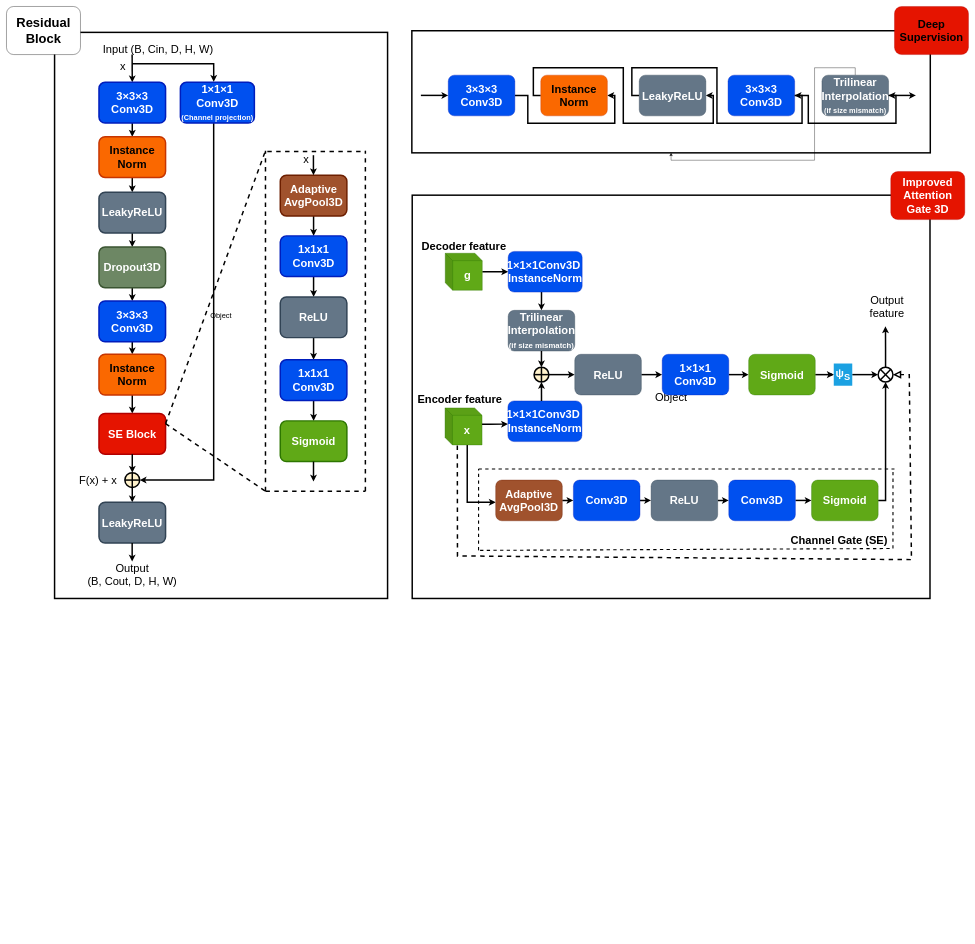
Above: page "model blocks (synthesis module)" (6 of 6) of Biểu đồ không có tiêu đề.drawio in FanchonSora/thesis-project (draw.io), before the change. Source tidied: cells renumbered, new cells numbered last; positions are measured from the earlier drawing's top-left corner, leaving out a move shared by most shapes. Both pictures are drawn from the tidied source at 37%, with x=0, y=0 at pixel (6, -168).
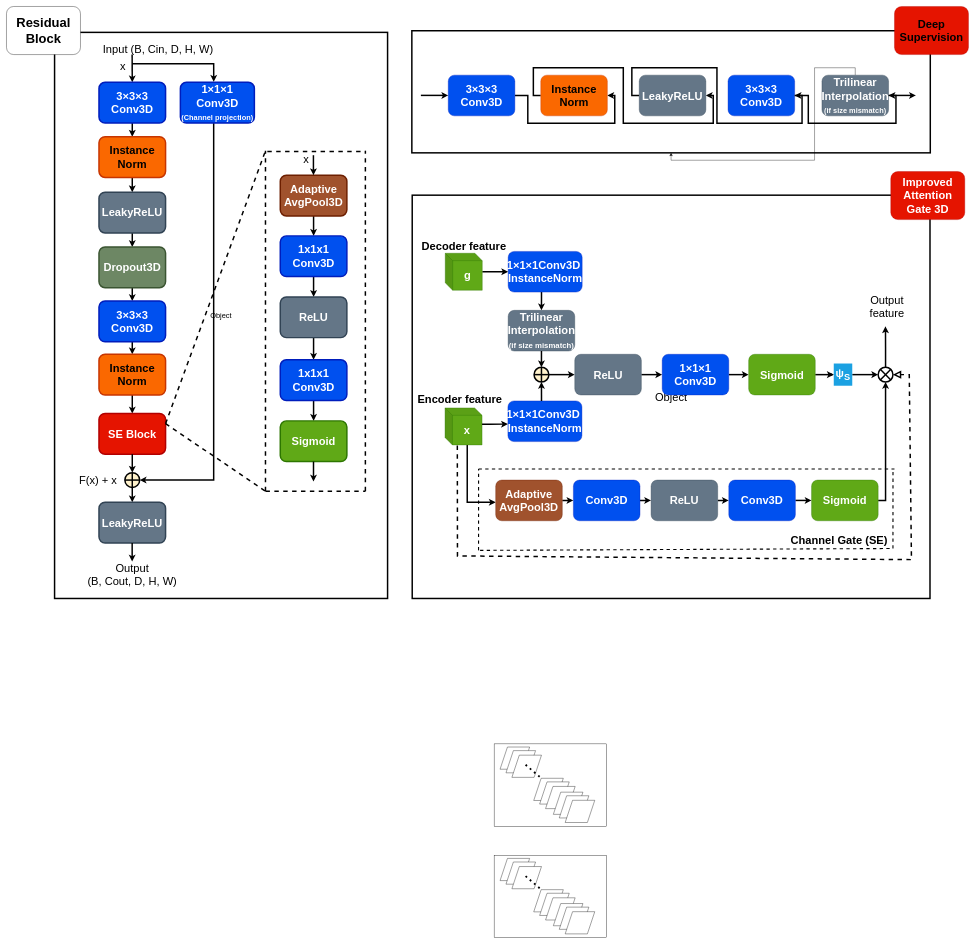
The same diagram, later.

What changed in the source:
```diff
@@
+    <mxCell id="108" style="rounded=0;whiteSpace=wrap;html=1;fillColor=none;strokeColor=light-dark(#000000,#000000);" parent="1" vertex="1">
+      <mxGeometry x="1318" y="2463" width="303" height="223" as="geometry" />
+    </mxCell>
+    <mxCell id="109" style="rounded=0;whiteSpace=wrap;html=1;fillColor=none;strokeColor=light-dark(#000000,#000000);" parent="1" vertex="1">
+      <mxGeometry x="1318" y="2764" width="303" height="223" as="geometry" />
+    </mxCell>
+    <mxCell id="110" style="shape=parallelogram;perimeter=parallelogramPerimeter;whiteSpace=wrap;html=1;fixedSize=1;fillColor=light-dark(#FFFFFF,#006600);strokeColor=light-dark(#000000,#000000);" parent="1" vertex="1">
+      <mxGeometry x="1334" y="2471.5" width="80" height="60" as="geometry" />
+    </mxCell>
+    <mxCell id="111" style="shape=parallelogram;perimeter=parallelogramPerimeter;whiteSpace=wrap;html=1;fixedSize=1;fillColor=light-dark(#FFFFFF,#006600);strokeColor=light-dark(#000000,#000000);" parent="1" vertex="1">
+      <mxGeometry x="1350" y="2481.2" width="80" height="60" as="geometry" />
+    </mxCell>
+    <mxCell id="112" style="shape=parallelogram;perimeter=parallelogramPerimeter;whiteSpace=wrap;html=1;fixedSize=1;fillColor=light-dark(#FFFFFF,#006600);strokeColor=light-dark(#000000,#000000);" parent="1" vertex="1">
+      <mxGeometry x="1366" y="2493.5" width="80" height="60" as="geometry" />
+    </mxCell>
+    <mxCell id="113" style="shape=parallelogram;perimeter=parallelogramPerimeter;whiteSpace=wrap;html=1;fixedSize=1;fillColor=light-dark(#FFFFFF,#006600);strokeColor=light-dark(#000000,#000000);" parent="1" vertex="1">
+      <mxGeometry x="1425" y="2556" width="80" height="60" as="geometry" />
+    </mxCell>
+    <mxCell id="114" style="shape=parallelogram;perimeter=parallelogramPerimeter;whiteSpace=wrap;html=1;fixedSize=1;fillColor=light-dark(#FFFFFF,#006600);strokeColor=light-dark(#000000,#000000);" parent="1" vertex="1">
+      <mxGeometry x="1441" y="2565.7" width="80" height="60" as="geometry" />
+    </mxCell>
+    <mxCell id="115" style="shape=parallelogram;perimeter=parallelogramPerimeter;whiteSpace=wrap;html=1;fixedSize=1;fillColor=light-dark(#FFFFFF,#006600);strokeColor=light-dark(#000000,#000000);" parent="1" vertex="1">
+      <mxGeometry x="1457" y="2578" width="80" height="60" as="geometry" />
+    </mxCell>
+    <mxCell id="116" style="shape=parallelogram;perimeter=parallelogramPerimeter;whiteSpace=wrap;html=1;fixedSize=1;fillColor=light-dark(#FFFFFF,#006600);strokeColor=light-dark(#000000,#000000);" parent="1" vertex="1">
+      <mxGeometry x="1478" y="2593.5" width="80" height="60" as="geometry" />
+    </mxCell>
+    <mxCell id="117" style="shape=parallelogram;perimeter=parallelogramPerimeter;whiteSpace=wrap;html=1;fixedSize=1;fillColor=light-dark(#FFFFFF,#006600);strokeColor=light-dark(#000000,#000000);" parent="1" vertex="1">
+      <mxGeometry x="1494" y="2603.2" width="80" height="60" as="geometry" />
+    </mxCell>
+    <mxCell id="118" style="shape=parallelogram;perimeter=parallelogramPerimeter;whiteSpace=wrap;html=1;fixedSize=1;fillColor=light-dark(#FFFFFF,#006600);strokeColor=light-dark(#000000,#000000);" parent="1" vertex="1">
+      <mxGeometry x="1510" y="2615.5" width="80" height="60" as="geometry" />
+    </mxCell>
+    <mxCell id="119" style="endArrow=none;dashed=1;html=1;strokeWidth=5;rounded=0;strokeColor=light-dark(#000000,#000000);dashPattern=1 2;" parent="1" edge="1">
+      <mxGeometry relative="1" as="geometry">
+        <mxPoint x="1441" y="2552" as="sourcePoint" />
+        <mxPoint x="1399" y="2516" as="targetPoint" />
+      </mxGeometry>
+    </mxCell>
+    <mxCell id="120" style="shape=parallelogram;perimeter=parallelogramPerimeter;whiteSpace=wrap;html=1;fixedSize=1;fillColor=light-dark(#FFFFFF,#67AB9F);strokeColor=light-dark(#000000,#000000);" parent="1" vertex="1">
+      <mxGeometry x="1334" y="2772.5" width="80" height="60" as="geometry" />
+    </mxCell>
+    <mxCell id="121" style="shape=parallelogram;perimeter=parallelogramPerimeter;whiteSpace=wrap;html=1;fixedSize=1;fillColor=light-dark(#FFFFFF,#67AB9F);strokeColor=light-dark(#000000,#000000);" parent="1" vertex="1">
+      <mxGeometry x="1350" y="2782.2" width="80" height="60" as="geometry" />
+    </mxCell>
+    <mxCell id="122" style="shape=parallelogram;perimeter=parallelogramPerimeter;whiteSpace=wrap;html=1;fixedSize=1;fillColor=light-dark(#FFFFFF,#67AB9F);strokeColor=light-dark(#000000,#000000);" parent="1" vertex="1">
+      <mxGeometry x="1366" y="2794.5" width="80" height="60" as="geometry" />
+    </mxCell>
+    <mxCell id="123" style="shape=parallelogram;perimeter=parallelogramPerimeter;whiteSpace=wrap;html=1;fixedSize=1;fillColor=light-dark(#FFFFFF,#67AB9F);strokeColor=light-dark(#000000,#000000);" parent="1" vertex="1">
+      <mxGeometry x="1425" y="2857" width="80" height="60" as="geometry" />
+    </mxCell>
+    <mxCell id="124" style="shape=parallelogram;perimeter=parallelogramPerimeter;whiteSpace=wrap;html=1;fixedSize=1;fillColor=light-dark(#FFFFFF,#67AB9F);strokeColor=light-dark(#000000,#000000);" parent="1" vertex="1">
+      <mxGeometry x="1441" y="2866.7" width="80" height="60" as="geometry" />
+    </mxCell>
+    <mxCell id="125" style="shape=parallelogram;perimeter=parallelogramPerimeter;whiteSpace=wrap;html=1;fixedSize=1;fillColor=light-dark(#FFFFFF,#67AB9F);strokeColor=light-dark(#000000,#000000);" parent="1" vertex="1">
+      <mxGeometry x="1457" y="2879" width="80" height="60" as="geometry" />
+    </mxCell>
+    <mxCell id="126" style="shape=parallelogram;perimeter=parallelogramPerimeter;whiteSpace=wrap;html=1;fixedSize=1;fillColor=light-dark(#FFFFFF,#67AB9F);strokeColor=light-dark(#000000,#000000);" parent="1" vertex="1">
+      <mxGeometry x="1478" y="2894.5" width="80" height="60" as="geometry" />
+    </mxCell>
+    <mxCell id="127" style="shape=parallelogram;perimeter=parallelogramPerimeter;whiteSpace=wrap;html=1;fixedSize=1;fillColor=light-dark(#FFFFFF,#67AB9F);strokeColor=light-dark(#000000,#000000);" parent="1" vertex="1">
+      <mxGeometry x="1494" y="2904.2" width="80" height="60" as="geometry" />
+    </mxCell>
+    <mxCell id="128" style="shape=parallelogram;perimeter=parallelogramPerimeter;whiteSpace=wrap;html=1;fixedSize=1;fillColor=light-dark(#FFFFFF,#67AB9F);strokeColor=light-dark(#000000,#000000);" parent="1" vertex="1">
+      <mxGeometry x="1510" y="2916.5" width="80" height="60" as="geometry" />
+    </mxCell>
+    <mxCell id="129" style="endArrow=none;dashed=1;html=1;strokeWidth=5;rounded=0;strokeColor=light-dark(#000000,#000000);dashPattern=1 2;" parent="1" edge="1">
+      <mxGeometry relative="1" as="geometry">
+        <mxPoint x="1441" y="2853" as="sourcePoint" />
+        <mxPoint x="1399" y="2817" as="targetPoint" />
+      </mxGeometry>
+    </mxCell>
```
